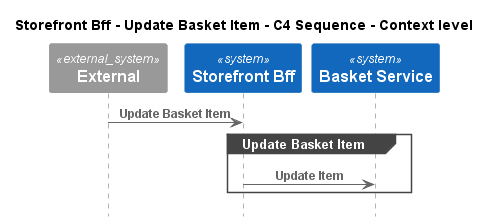
This is e-commerce-platform/Software Systems/Storefront Bff/Interfaces/Update Basket Item/Context - C4 Sequence.png from C4InterFlow/architecture-as-code-samples, a PlantUML export, as it was before one commit.
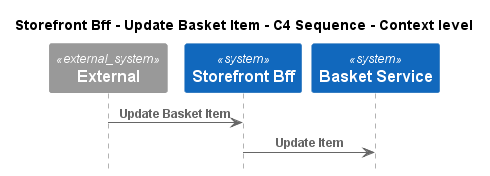
Later version of the same file.

Change to the diagram source:
```diff
@@ -9,9 +9,7 @@
 System(ECommercePlatform.SoftwareSystems.BasketService, "Basket Service", "")
 
 Rel(C4InterFlow.SoftwareSystems.ExternalSystem, ECommercePlatform.SoftwareSystems.StorefrontBff, "Update Basket Item")
-group Update Basket Item
 Rel(ECommercePlatform.SoftwareSystems.StorefrontBff, ECommercePlatform.SoftwareSystems.BasketService, "Update Item")
-end
 
 
 @enduml
```
